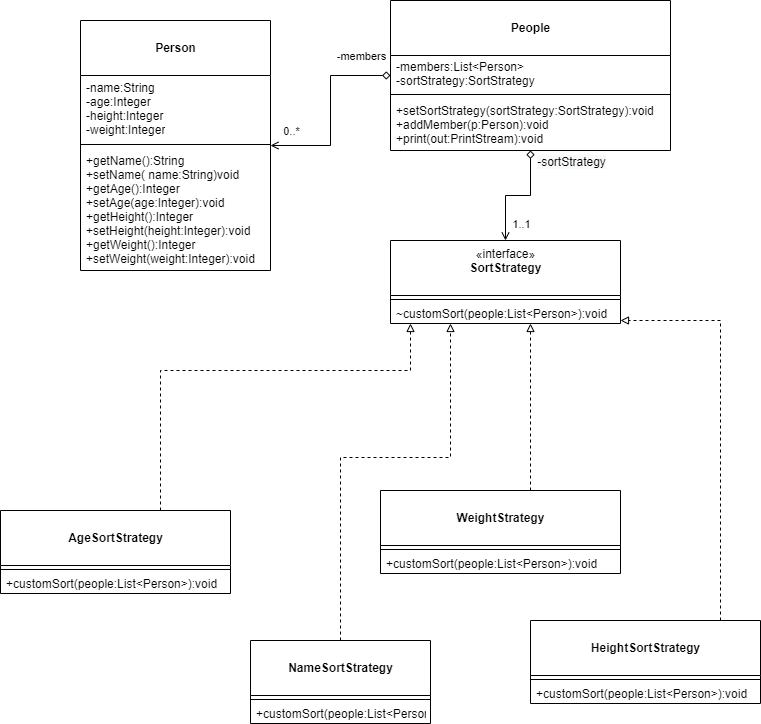
Earlier version of the draw.io export lab_behavior_design_pattern_2/src/com/company/ClassDiagram.png (pholpaphankorn/softarch). Source tidied: cells renumbered, new cells last; positions are measured from the earlier drawing's top-left corner, leaving out a move shared by most shapes. Its diagram source:
```xml
<mxGraphModel>
  <root>
    <mxCell id="0" />
    <mxCell id="1" parent="0" />
    <mxCell id="2" style="edgeStyle=orthogonalEdgeStyle;rounded=0;jettySize=auto;html=1;endArrow=block;endFill=0;dashed=1;" parent="1" edge="1" source="3" target="28">
      <mxGeometry relative="1" as="geometry">
        <Array as="points">
          <mxPoint x="160" y="370" />
          <mxPoint x="410" y="370" />
        </Array>
      </mxGeometry>
    </mxCell>
    <mxCell id="3" value="&lt;br&gt;&lt;b&gt;AgeSortStrategy&lt;/b&gt;" style="swimlane;fontStyle=0;align=center;verticalAlign=top;horizontal=1;startSize=55;html=1;" parent="1" vertex="1">
      <mxGeometry y="510" width="230" height="83" as="geometry" />
    </mxCell>
    <mxCell id="4" style="line;strokeWidth=1;fillColor=none;align=left;verticalAlign=middle;spacingTop=-1;spacingLeft=3;spacingRight=3;labelPosition=right;" parent="3" vertex="1">
      <mxGeometry y="55" width="230" height="8" as="geometry" />
    </mxCell>
    <mxCell id="5" value="+customSort(people:List&amp;lt;Person&amp;gt;):void&amp;nbsp;" style="text;html=1;strokeColor=none;fillColor=none;align=left;verticalAlign=middle;spacingLeft=4;spacingRight=4;overflow=hidden;" parent="3" vertex="1">
      <mxGeometry y="63" width="230" height="20" as="geometry" />
    </mxCell>
    <mxCell id="6" style="edgeStyle=orthogonalEdgeStyle;rounded=0;jettySize=auto;html=1;dashed=1;endArrow=block;endFill=0;" parent="1" edge="1" source="7" target="28">
      <mxGeometry relative="1" as="geometry">
        <Array as="points">
          <mxPoint x="720" y="320" />
        </Array>
      </mxGeometry>
    </mxCell>
    <mxCell id="7" value="&lt;br&gt;&lt;b&gt;HeightSortStrategy&lt;/b&gt;" style="swimlane;fontStyle=0;align=center;verticalAlign=top;horizontal=1;startSize=55;html=1;" parent="1" vertex="1">
      <mxGeometry x="530" y="620" width="230" height="83" as="geometry" />
    </mxCell>
    <mxCell id="8" style="line;strokeWidth=1;fillColor=none;align=left;verticalAlign=middle;spacingTop=-1;spacingLeft=3;spacingRight=3;labelPosition=right;" parent="7" vertex="1">
      <mxGeometry y="55" width="230" height="8" as="geometry" />
    </mxCell>
    <mxCell id="9" value="+customSort(people:List&amp;lt;Person&amp;gt;):void&amp;nbsp;" style="text;html=1;strokeColor=none;fillColor=none;align=left;verticalAlign=middle;spacingLeft=4;spacingRight=4;overflow=hidden;" parent="7" vertex="1">
      <mxGeometry y="63" width="230" height="20" as="geometry" />
    </mxCell>
    <mxCell id="10" style="edgeStyle=orthogonalEdgeStyle;rounded=0;jettySize=auto;html=1;endArrow=block;endFill=0;dashed=1;" parent="1" edge="1" source="11" target="28">
      <mxGeometry relative="1" as="geometry">
        <Array as="points">
          <mxPoint x="340" y="457" />
          <mxPoint x="450" y="457" />
        </Array>
      </mxGeometry>
    </mxCell>
    <mxCell id="11" value="&lt;br&gt;&lt;b&gt;NameSortStrategy&lt;/b&gt;" style="swimlane;fontStyle=0;align=center;verticalAlign=top;horizontal=1;startSize=55;html=1;" parent="1" vertex="1">
      <mxGeometry x="250" y="640" width="180" height="83" as="geometry" />
    </mxCell>
    <mxCell id="12" style="line;strokeWidth=1;fillColor=none;align=left;verticalAlign=middle;spacingTop=-1;spacingLeft=3;spacingRight=3;labelPosition=right;" parent="11" vertex="1">
      <mxGeometry y="55" width="180" height="8" as="geometry" />
    </mxCell>
    <mxCell id="13" value="+customSort(people:List&amp;lt;Person&amp;gt;):void&amp;nbsp;" style="text;html=1;strokeColor=none;fillColor=none;align=left;verticalAlign=middle;spacingLeft=4;spacingRight=4;overflow=hidden;" parent="11" vertex="1">
      <mxGeometry y="63" width="180" height="20" as="geometry" />
    </mxCell>
    <mxCell id="14" style="edgeStyle=orthogonalEdgeStyle;rounded=0;jettySize=auto;html=1;endArrow=open;endFill=0;startArrow=diamond;startFill=0;" parent="1" edge="1" source="17" target="28">
      <mxGeometry relative="1" as="geometry" />
    </mxCell>
    <mxCell id="15" value="1..1" style="edgeLabel;html=1;align=center;verticalAlign=middle;" parent="14" vertex="1">
      <mxGeometry x="0.71" relative="1" as="geometry">
        <mxPoint x="15" as="offset" />
      </mxGeometry>
    </mxCell>
    <mxCell id="16" value="&lt;span style=&quot;font-size: 12px ; text-align: left ; background-color: rgb(248 , 249 , 250)&quot;&gt;-sortStrategy&lt;/span&gt;" style="edgeLabel;html=1;align=center;verticalAlign=middle;" parent="14" vertex="1">
      <mxGeometry x="-0.9" y="2" relative="1" as="geometry">
        <mxPoint x="38" y="4" as="offset" />
      </mxGeometry>
    </mxCell>
    <mxCell id="17" value="&lt;br&gt;&lt;b&gt;People&lt;/b&gt;" style="swimlane;fontStyle=0;align=center;verticalAlign=top;horizontal=1;startSize=55;html=1;" parent="1" vertex="1">
      <mxGeometry x="390" width="280" height="150" as="geometry" />
    </mxCell>
    <mxCell id="18" value="&lt;div&gt;-members:List&amp;lt;Person&amp;gt;&lt;/div&gt;&lt;div&gt;-sortStrategy:SortStrategy&lt;/div&gt;" style="text;html=1;strokeColor=none;fillColor=none;align=left;verticalAlign=middle;spacingLeft=4;spacingRight=4;overflow=hidden;" parent="17" vertex="1">
      <mxGeometry y="55" width="280" height="35" as="geometry" />
    </mxCell>
    <mxCell id="19" style="line;strokeWidth=1;fillColor=none;align=left;verticalAlign=middle;spacingTop=-1;spacingLeft=3;spacingRight=3;labelPosition=right;" parent="17" vertex="1">
      <mxGeometry y="90" width="280" height="8" as="geometry" />
    </mxCell>
    <mxCell id="20" value="&lt;div&gt;+setSortStrategy(sortStrategy:SortStrategy):void&lt;/div&gt;&lt;div&gt;+addMember(p:Person):void&lt;/div&gt;&lt;div&gt;+print(out:PrintStream):void&lt;/div&gt;" style="text;html=1;strokeColor=none;fillColor=none;align=left;verticalAlign=middle;spacingLeft=4;spacingRight=4;overflow=hidden;" parent="17" vertex="1">
      <mxGeometry y="98" width="280" height="52" as="geometry" />
    </mxCell>
    <mxCell id="21" style="edgeStyle=orthogonalEdgeStyle;rounded=0;jettySize=auto;html=1;startArrow=open;startFill=0;endArrow=diamond;endFill=0;" parent="1" edge="1" source="24" target="17">
      <mxGeometry relative="1" as="geometry" />
    </mxCell>
    <mxCell id="22" value="-members" style="edgeLabel;html=1;align=center;verticalAlign=middle;" parent="21" vertex="1">
      <mxGeometry x="0.8" relative="1" as="geometry">
        <mxPoint x="-11" y="-20" as="offset" />
      </mxGeometry>
    </mxCell>
    <mxCell id="23" value="0..*" style="edgeLabel;html=1;align=center;verticalAlign=middle;" parent="21" vertex="1">
      <mxGeometry x="-0.56" y="-1" relative="1" as="geometry">
        <mxPoint x="-22" y="-16" as="offset" />
      </mxGeometry>
    </mxCell>
    <mxCell id="24" value="&lt;br&gt;&lt;b&gt;Person&lt;/b&gt;" style="swimlane;fontStyle=0;align=center;verticalAlign=top;horizontal=1;startSize=55;html=1;" parent="1" vertex="1">
      <mxGeometry x="80" y="20" width="190" height="250" as="geometry" />
    </mxCell>
    <mxCell id="25" value="&lt;div&gt;-name:String&lt;/div&gt;&lt;div&gt;-age:Integer&lt;/div&gt;&lt;div&gt;-height:Integer&lt;/div&gt;&lt;div&gt;-weight:Integer&lt;/div&gt;" style="text;html=1;strokeColor=none;fillColor=none;align=left;verticalAlign=middle;spacingLeft=4;spacingRight=4;overflow=hidden;" parent="24" vertex="1">
      <mxGeometry y="55" width="190" height="65" as="geometry" />
    </mxCell>
    <mxCell id="26" style="line;strokeWidth=1;fillColor=none;align=left;verticalAlign=middle;spacingTop=-1;spacingLeft=3;spacingRight=3;labelPosition=right;" parent="24" vertex="1">
      <mxGeometry y="120" width="190" height="8" as="geometry" />
    </mxCell>
    <mxCell id="27" value="&lt;div&gt;+getName():String&lt;/div&gt;&lt;div&gt;+setName( name:String)void&amp;nbsp;&lt;/div&gt;&lt;div&gt;+getAge():Integer&lt;/div&gt;&lt;div&gt;+setAge(age:Integer):void&amp;nbsp;&lt;/div&gt;&lt;div&gt;+getHeight():Integer&amp;nbsp;&lt;/div&gt;&lt;div&gt;+setHeight(height:Integer):void&amp;nbsp;&lt;/div&gt;&lt;div&gt;+getWeight():Integer&amp;nbsp;&lt;/div&gt;&lt;div&gt;+setWeight(weight:Integer):void&amp;nbsp;&lt;/div&gt;" style="text;html=1;strokeColor=none;fillColor=none;align=left;verticalAlign=middle;spacingLeft=4;spacingRight=4;overflow=hidden;" parent="24" vertex="1">
      <mxGeometry y="128" width="190" height="122" as="geometry" />
    </mxCell>
    <mxCell id="28" value="«interface»&lt;br&gt;&lt;b&gt;SortStrategy&lt;/b&gt;" style="swimlane;fontStyle=0;align=center;verticalAlign=top;horizontal=1;startSize=55;html=1;" parent="1" vertex="1">
      <mxGeometry x="390" y="240" width="230" height="83" as="geometry" />
    </mxCell>
    <mxCell id="29" style="line;strokeWidth=1;fillColor=none;align=left;verticalAlign=middle;spacingTop=-1;spacingLeft=3;spacingRight=3;labelPosition=right;" parent="28" vertex="1">
      <mxGeometry y="55" width="230" height="8" as="geometry" />
    </mxCell>
    <mxCell id="30" value="~customSort(people:List&amp;lt;Person&amp;gt;):void&amp;nbsp;" style="text;html=1;strokeColor=none;fillColor=none;align=left;verticalAlign=middle;spacingLeft=4;spacingRight=4;overflow=hidden;" parent="28" vertex="1">
      <mxGeometry y="63" width="230" height="20" as="geometry" />
    </mxCell>
    <mxCell id="31" style="edgeStyle=orthogonalEdgeStyle;rounded=0;jettySize=auto;html=1;endArrow=block;endFill=0;dashed=1;" parent="1" edge="1" source="32" target="28">
      <mxGeometry relative="1" as="geometry">
        <Array as="points">
          <mxPoint x="530" y="420" />
          <mxPoint x="530" y="420" />
        </Array>
      </mxGeometry>
    </mxCell>
    <mxCell id="32" value="&lt;br&gt;&lt;b&gt;WeightStrategy&lt;/b&gt;" style="swimlane;fontStyle=0;align=center;verticalAlign=top;horizontal=1;startSize=55;html=1;" parent="1" vertex="1">
      <mxGeometry x="380" y="490" width="240" height="83" as="geometry" />
    </mxCell>
    <mxCell id="33" style="line;strokeWidth=1;fillColor=none;align=left;verticalAlign=middle;spacingTop=-1;spacingLeft=3;spacingRight=3;labelPosition=right;" parent="32" vertex="1">
      <mxGeometry y="55" width="240" height="8" as="geometry" />
    </mxCell>
    <mxCell id="34" value="+customSort(people:List&amp;lt;Person&amp;gt;):void&amp;nbsp;" style="text;html=1;strokeColor=none;fillColor=none;align=left;verticalAlign=middle;spacingLeft=4;spacingRight=4;overflow=hidden;" parent="32" vertex="1">
      <mxGeometry y="63" width="240" height="20" as="geometry" />
    </mxCell>
  </root>
</mxGraphModel>
```
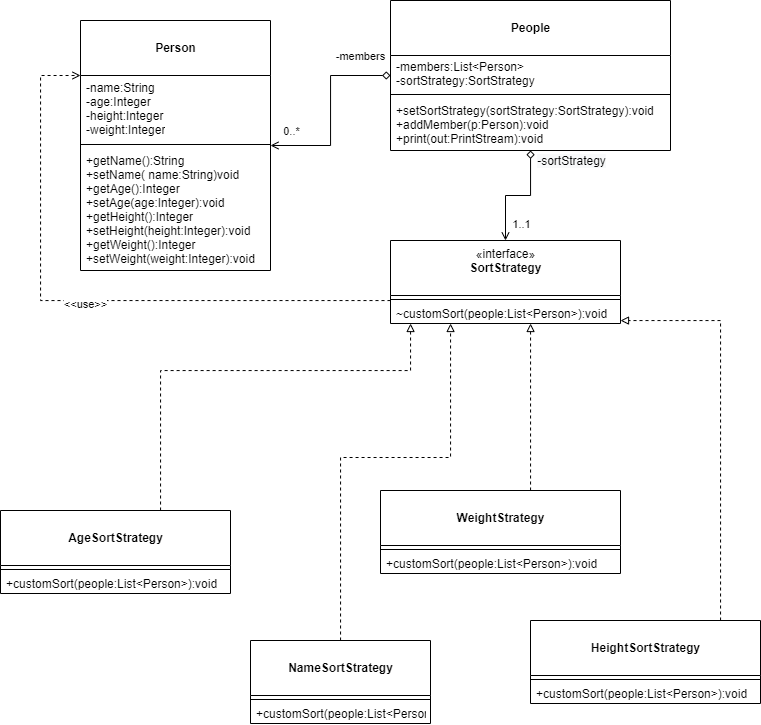
Later version of the same file.

The edit, as a diff of the source:
```diff
@@ -102,6 +102,19 @@
     <mxCell id="27" value="&lt;div&gt;+getName():String&lt;/div&gt;&lt;div&gt;+setName( name:String)void&amp;nbsp;&lt;/div&gt;&lt;div&gt;+getAge():Integer&lt;/div&gt;&lt;div&gt;+setAge(age:Integer):void&amp;nbsp;&lt;/div&gt;&lt;div&gt;+getHeight():Integer&amp;nbsp;&lt;/div&gt;&lt;div&gt;+setHeight(height:Integer):void&amp;nbsp;&lt;/div&gt;&lt;div&gt;+getWeight():Integer&amp;nbsp;&lt;/div&gt;&lt;div&gt;+setWeight(weight:Integer):void&amp;nbsp;&lt;/div&gt;" style="text;html=1;strokeColor=none;fillColor=none;align=left;verticalAlign=middle;spacingLeft=4;spacingRight=4;overflow=hidden;" parent="24" vertex="1">
       <mxGeometry y="128" width="190" height="122" as="geometry" />
     </mxCell>
+    <mxCell id="35" style="edgeStyle=orthogonalEdgeStyle;rounded=0;jettySize=auto;html=1;dashed=1;endArrow=open;endFill=0;" parent="1" edge="1" source="28" target="24">
+      <mxGeometry relative="1" as="geometry">
+        <Array as="points">
+          <mxPoint x="40" y="300" />
+          <mxPoint x="40" y="75" />
+        </Array>
+      </mxGeometry>
+    </mxCell>
+    <mxCell id="36" value="&amp;lt;&amp;lt;use&amp;gt;&amp;gt;" style="edgeLabel;html=1;align=center;verticalAlign=middle;" parent="35" vertex="1">
+      <mxGeometry x="-0.06" relative="1" as="geometry">
+        <mxPoint x="-16" y="3" as="offset" />
+      </mxGeometry>
+    </mxCell>
     <mxCell id="28" value="«interface»&lt;br&gt;&lt;b&gt;SortStrategy&lt;/b&gt;" style="swimlane;fontStyle=0;align=center;verticalAlign=top;horizontal=1;startSize=55;html=1;" parent="1" vertex="1">
       <mxGeometry x="390" y="240" width="230" height="83" as="geometry" />
     </mxCell>
```
